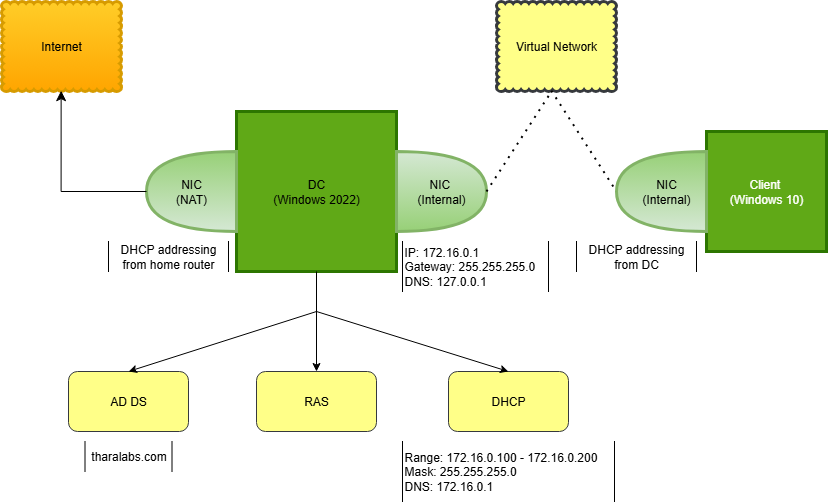
The draw.io diagram networkdiagram.png in TharaSekar/ActiveDirectoryLab, before a commit. Source tidied: cells renumbered, new cells last; positions are measured from the earlier drawing's top-left corner, leaving out a move shared by most shapes.
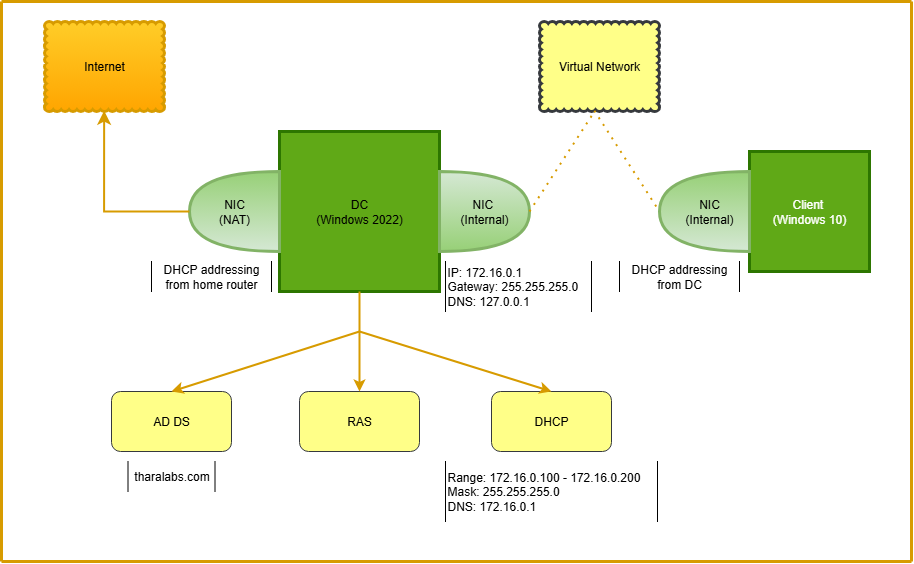
After the commit.

Change to the diagram source:
```diff
@@ -32,15 +32,15 @@
     <mxCell id="11" style="shape=or;whiteSpace=wrap;html=1;rotation=-180;fillColor=#d5e8d4;gradientColor=#97d077;strokeColor=#82b366;strokeWidth=3;" parent="1" vertex="1">
       <mxGeometry x="615" y="150" width="90" height="80" as="geometry" />
     </mxCell>
-    <mxCell id="12" style="endArrow=classic;html=1;rounded=0;exitX=0.5;exitY=1;exitDx=0;exitDy=0;entryX=0.5;entryY=0;entryDx=0;entryDy=0;" parent="1" edge="1" source="2" target="8">
+    <mxCell id="12" style="endArrow=classic;html=1;rounded=0;exitX=0.5;exitY=1;exitDx=0;exitDy=0;entryX=0.5;entryY=0;entryDx=0;entryDy=0;fillColor=#ffcd28;gradientColor=#ffa500;strokeColor=#d79b00;strokeWidth=2;" parent="1" edge="1" source="2" target="8">
       <mxGeometry relative="1" as="geometry" />
     </mxCell>
-    <mxCell id="13" style="endArrow=classic;html=1;rounded=0;entryX=0.5;entryY=0;entryDx=0;entryDy=0;" parent="1" edge="1" target="9">
+    <mxCell id="13" style="endArrow=classic;html=1;rounded=0;entryX=0.5;entryY=0;entryDx=0;entryDy=0;fillColor=#ffcd28;gradientColor=#ffa500;strokeColor=#d79b00;strokeWidth=2;" parent="1" edge="1" target="9">
       <mxGeometry relative="1" as="geometry">
         <mxPoint x="315" y="310" as="sourcePoint" />
       </mxGeometry>
     </mxCell>
-    <mxCell id="14" style="endArrow=classic;html=1;rounded=0;entryX=0.5;entryY=0;entryDx=0;entryDy=0;" parent="1" edge="1" target="7">
+    <mxCell id="14" style="endArrow=classic;html=1;rounded=0;entryX=0.5;entryY=0;entryDx=0;entryDy=0;fillColor=#ffcd28;gradientColor=#ffa500;strokeColor=#d79b00;strokeWidth=2;" parent="1" edge="1" target="7">
       <mxGeometry relative="1" as="geometry">
         <mxPoint x="315" y="310" as="sourcePoint" />
       </mxGeometry>
@@ -54,13 +54,13 @@
     <mxCell id="17" value="Internet" style="whiteSpace=wrap;html=1;shape=mxgraph.basic.cloud_rect;fillColor=#ffcd28;gradientColor=#ffa500;strokeColor=#d79b00;strokeWidth=3;" parent="1" vertex="1">
       <mxGeometry width="120" height="90" as="geometry" />
     </mxCell>
-    <mxCell id="18" style="edgeStyle=segmentEdgeStyle;endArrow=classic;html=1;curved=0;rounded=0;endSize=8;startSize=8;entryX=0.497;entryY=0.991;entryDx=0;entryDy=0;entryPerimeter=0;exitX=1;exitY=0.5;exitDx=0;exitDy=0;exitPerimeter=0;" parent="1" edge="1" source="4" target="17">
+    <mxCell id="18" style="edgeStyle=segmentEdgeStyle;endArrow=classic;html=1;curved=0;rounded=0;endSize=8;startSize=8;entryX=0.497;entryY=0.991;entryDx=0;entryDy=0;entryPerimeter=0;exitX=1;exitY=0.5;exitDx=0;exitDy=0;exitPerimeter=0;strokeWidth=2;fillColor=#ffcd28;gradientColor=#ffa500;strokeColor=#d79b00;" parent="1" edge="1" source="4" target="17">
       <mxGeometry relative="1" as="geometry" />
     </mxCell>
-    <mxCell id="19" style="endArrow=none;dashed=1;html=1;dashPattern=1 3;strokeWidth=2;rounded=0;entryX=1;entryY=0.5;entryDx=0;entryDy=0;entryPerimeter=0;exitX=0.457;exitY=0.991;exitDx=0;exitDy=0;exitPerimeter=0;" parent="1" edge="1" source="16" target="11">
+    <mxCell id="19" style="endArrow=none;dashed=1;html=1;dashPattern=1 3;strokeWidth=2;rounded=0;entryX=1;entryY=0.5;entryDx=0;entryDy=0;entryPerimeter=0;exitX=0.457;exitY=0.991;exitDx=0;exitDy=0;exitPerimeter=0;fillColor=#ffcd28;gradientColor=#ffa500;strokeColor=#d79b00;" parent="1" edge="1" source="16" target="11">
       <mxGeometry relative="1" as="geometry" />
     </mxCell>
-    <mxCell id="20" style="endArrow=none;dashed=1;html=1;dashPattern=1 3;strokeWidth=2;rounded=0;exitX=1;exitY=0.5;exitDx=0;exitDy=0;exitPerimeter=0;" parent="1" edge="1" source="3">
+    <mxCell id="20" style="endArrow=none;dashed=1;html=1;dashPattern=1 3;strokeWidth=2;rounded=0;exitX=1;exitY=0.5;exitDx=0;exitDy=0;exitPerimeter=0;fillColor=#ffcd28;gradientColor=#ffa500;strokeColor=#d79b00;" parent="1" edge="1" source="3">
       <mxGeometry relative="1" as="geometry">
         <mxPoint x="550" y="90" as="targetPoint" />
       </mxGeometry>
@@ -80,5 +80,29 @@
     <mxCell id="25" value="DHCP addressing from DC" style="shape=partialRectangle;whiteSpace=wrap;html=1;top=0;bottom=0;" parent="1" vertex="1">
       <mxGeometry x="575" y="240" width="120" height="30" as="geometry" />
     </mxCell>
+    <mxCell id="26" style="endArrow=none;html=1;rounded=0;strokeWidth=3;fillColor=#ffcd28;gradientColor=#ffa500;strokeColor=#d79b00;" parent="1" edge="1">
+      <mxGeometry relative="1" as="geometry">
+        <mxPoint x="867" y="-20" as="sourcePoint" />
+        <mxPoint x="-43" y="-20" as="targetPoint" />
+      </mxGeometry>
+    </mxCell>
+    <mxCell id="27" style="endArrow=none;html=1;rounded=0;fillColor=#ffcd28;gradientColor=#ffa500;strokeColor=#d79b00;strokeWidth=3;" parent="1" edge="1">
+      <mxGeometry relative="1" as="geometry">
+        <mxPoint x="-43" y="540" as="sourcePoint" />
+        <mxPoint x="-43" y="-20" as="targetPoint" />
+      </mxGeometry>
+    </mxCell>
+    <mxCell id="28" style="endArrow=none;html=1;rounded=0;strokeWidth=3;fillColor=#ffcd28;gradientColor=#ffa500;strokeColor=#d79b00;" parent="1" edge="1">
+      <mxGeometry relative="1" as="geometry">
+        <mxPoint x="-43" y="540" as="sourcePoint" />
+        <mxPoint x="867" y="540" as="targetPoint" />
+      </mxGeometry>
+    </mxCell>
+    <mxCell id="29" style="endArrow=none;html=1;rounded=0;strokeWidth=3;fillColor=#ffcd28;gradientColor=#ffa500;strokeColor=#d79b00;" parent="1" edge="1">
+      <mxGeometry relative="1" as="geometry">
+        <mxPoint x="867" y="540" as="sourcePoint" />
+        <mxPoint x="867" y="-20" as="targetPoint" />
+      </mxGeometry>
+    </mxCell>
   </root>
 </mxGraphModel>
```
